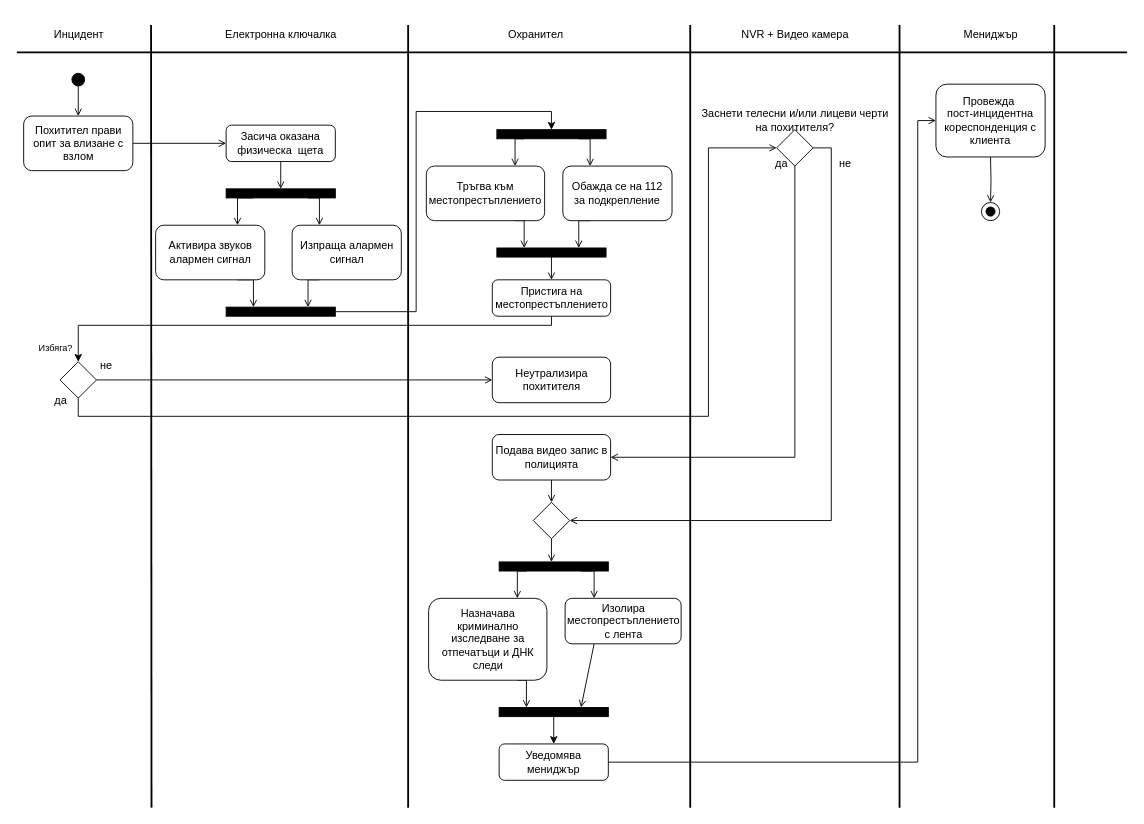
IsmailSalehCode/UML-course-work keeps this draw.io diagram as Activity/a3.drawio. Above is the earlier version. Source tidied: cells renumbered, new cells numbered last; positions are measured from the earlier drawing's top-left corner, leaving out a move shared by most shapes. Both pictures are drawn from the tidied source at 91%, with x=0, y=0 at pixel (16, 15).
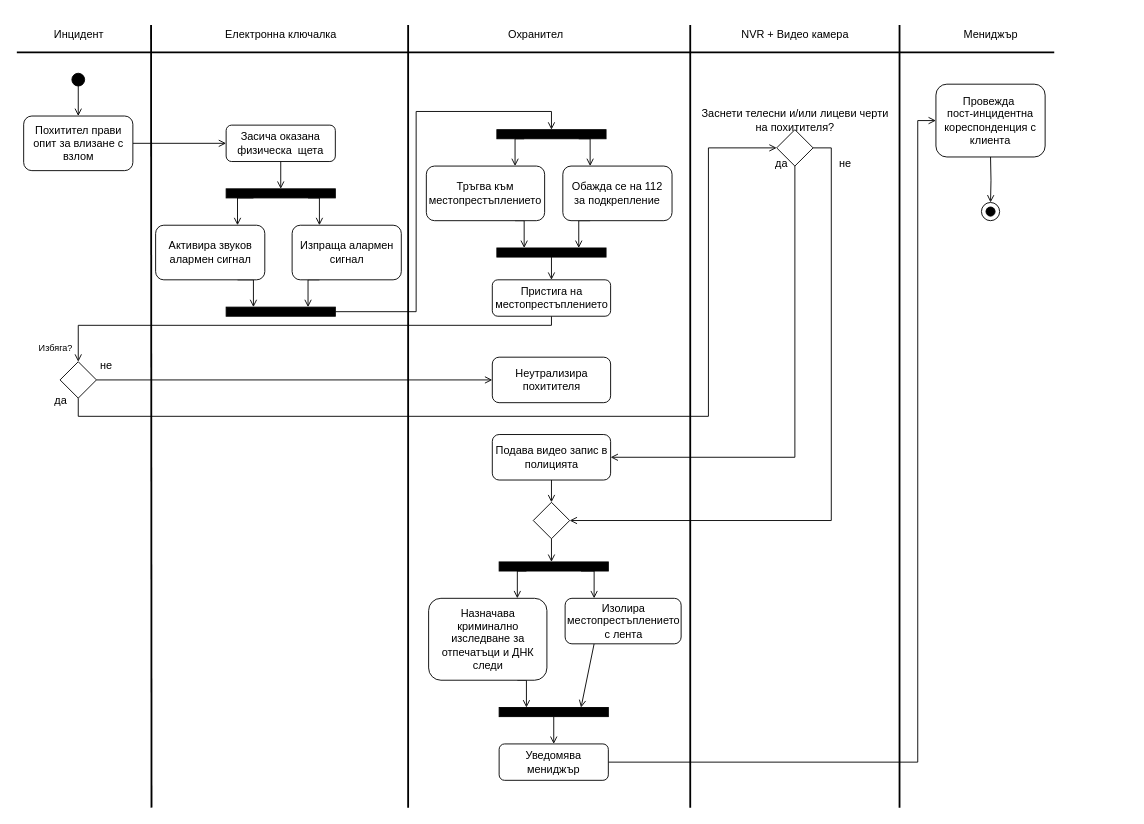
The same page after the edit.

The change refers to these unchanged cells:
```xml
<mxCell id="26" style="rounded=0;whiteSpace=wrap;html=1;fillStyle=solid;fillColor=#000000;" parent="1" vertex="1">
  <mxGeometry x="230" y="320" width="120" height="10" as="geometry" />
</mxCell>
<mxCell id="30" style="rhombus;whiteSpace=wrap;html=1;" parent="1" vertex="1">
  <mxGeometry x="47.5" y="380" width="40" height="40" as="geometry" />
</mxCell>
<mxCell id="40" style="rounded=0;whiteSpace=wrap;html=1;fillStyle=solid;fillColor=#000000;" parent="1" vertex="1">
  <mxGeometry x="527.5" y="125" width="120" height="10" as="geometry" />
</mxCell>
<mxCell id="44" value="Пристига на местопрестъплението" style="rounded=1;whiteSpace=wrap;html=1;" parent="1" vertex="1">
  <mxGeometry x="522.5" y="290" width="130" height="40" as="geometry" />
</mxCell>
<mxCell id="67" style="rounded=0;whiteSpace=wrap;html=1;fillStyle=solid;fillColor=#000000;" parent="1" vertex="1">
  <mxGeometry x="530" y="760" width="120" height="10" as="geometry" />
</mxCell>
<mxCell id="69" value="Уведомява мениджър" style="rounded=1;whiteSpace=wrap;html=1;" parent="1" vertex="1">
  <mxGeometry x="530" y="800" width="120" height="40" as="geometry" />
</mxCell>
```

Change to the diagram source:
```diff
@@
     <mxCell id="5" style="endArrow=none;html=1;rounded=0;strokeWidth=2;" parent="1" edge="1">
       <mxGeometry relative="1" as="geometry">
         <mxPoint y="40" as="sourcePoint" />
-        <mxPoint x="1220" y="40" as="targetPoint" />
+        <mxPoint x="1140" y="40" as="targetPoint" />
       </mxGeometry>
     </mxCell>
@@
-    <mxCell id="15" style="endArrow=none;html=1;rounded=0;strokeWidth=2;" parent="1" edge="1">
-      <mxGeometry relative="1" as="geometry">
-        <mxPoint x="1140" y="870" as="sourcePoint" />
-        <mxPoint x="1140" y="10" as="targetPoint" />
-      </mxGeometry>
-    </mxCell>
@@
-    <mxCell id="25" style="edgeStyle=orthogonalEdgeStyle;rounded=0;jettySize=auto;html=1;entryX=0.5;entryY=0;entryDx=0;entryDy=0;" parent="1" edge="1" source="26" target="40">
+    <mxCell id="25" style="edgeStyle=orthogonalEdgeStyle;rounded=0;jettySize=auto;html=1;entryX=0.5;entryY=0;entryDx=0;entryDy=0;endArrow=open;endFill=0;" parent="1" edge="1" source="26" target="40">
       <mxGeometry relative="1" as="geometry" />
     </mxCell>
@@
-    <mxCell id="43" style="edgeStyle=orthogonalEdgeStyle;rounded=0;jettySize=auto;html=1;entryX=0.5;entryY=0;entryDx=0;entryDy=0;" parent="1" edge="1" source="44" target="30">
+    <mxCell id="43" style="edgeStyle=orthogonalEdgeStyle;rounded=0;jettySize=auto;html=1;entryX=0.5;entryY=0;entryDx=0;entryDy=0;endArrow=open;endFill=0;" parent="1" edge="1" source="44" target="30">
       <mxGeometry relative="1" as="geometry">
         <Array as="points">
           <mxPoint x="588" y="340" />
           <mxPoint x="68" y="340" />
         </Array>
       </mxGeometry>
     </mxCell>
@@
-    <mxCell id="66" style="edgeStyle=orthogonalEdgeStyle;rounded=0;jettySize=auto;html=1;exitX=0.5;exitY=1;exitDx=0;exitDy=0;entryX=0.5;entryY=0;entryDx=0;entryDy=0;" parent="1" edge="1" source="67" target="69">
+    <mxCell id="66" style="edgeStyle=orthogonalEdgeStyle;rounded=0;jettySize=auto;html=1;exitX=0.5;exitY=1;exitDx=0;exitDy=0;entryX=0.5;entryY=0;entryDx=0;entryDy=0;endArrow=open;endFill=0;" parent="1" edge="1" source="67" target="69">
       <mxGeometry relative="1" as="geometry" />
     </mxCell>
```
